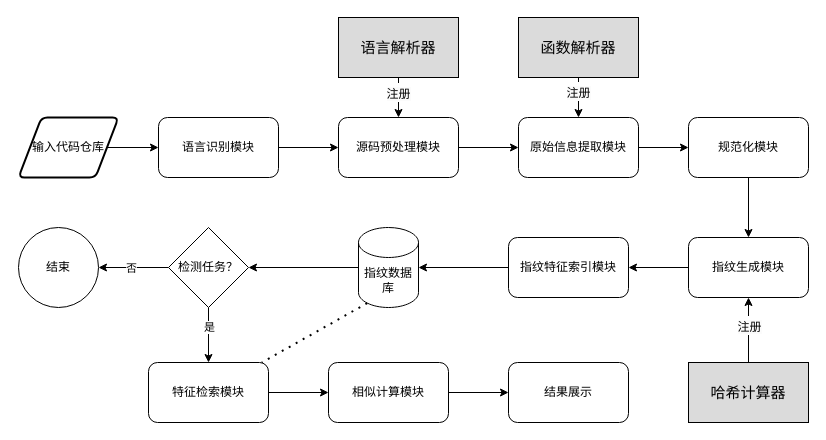
Earlier version of the draw.io diagram 系统实现图.drawio (wanghaoxu001/cloudimg). Source tidied: cells renumbered, new cells numbered last; positions are measured from the earlier drawing's top-left corner, leaving out a move shared by most shapes. Both pictures are drawn from the tidied source at 100%, with x=0, y=0 at pixel (18, 17).
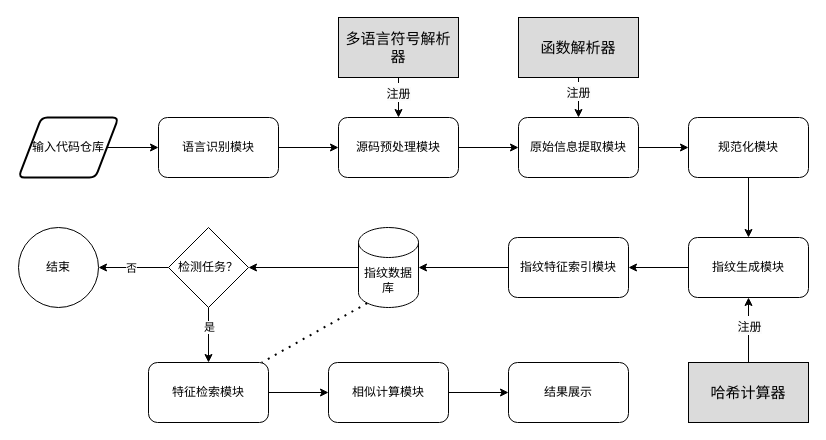
Above is the later version.

Commit message:
更新系统实现图.drawio

Change to the diagram source:
```diff
@@
-    <mxCell id="31" value="&lt;font style=&quot;font-size: 15px;&quot;&gt;语言解析器&lt;/font&gt;" style="rounded=0;whiteSpace=wrap;html=1;fillColor=#DBDBDB;" parent="1" vertex="1">
+    <mxCell id="31" value="&lt;font style=&quot;font-size: 15px;&quot;&gt;多语言符号解析器&lt;br&gt;&lt;/font&gt;" style="rounded=0;whiteSpace=wrap;html=1;fillColor=#DBDBDB;" parent="1" vertex="1">
       <mxGeometry x="320" width="120" height="60" as="geometry" />
     </mxCell>
```
